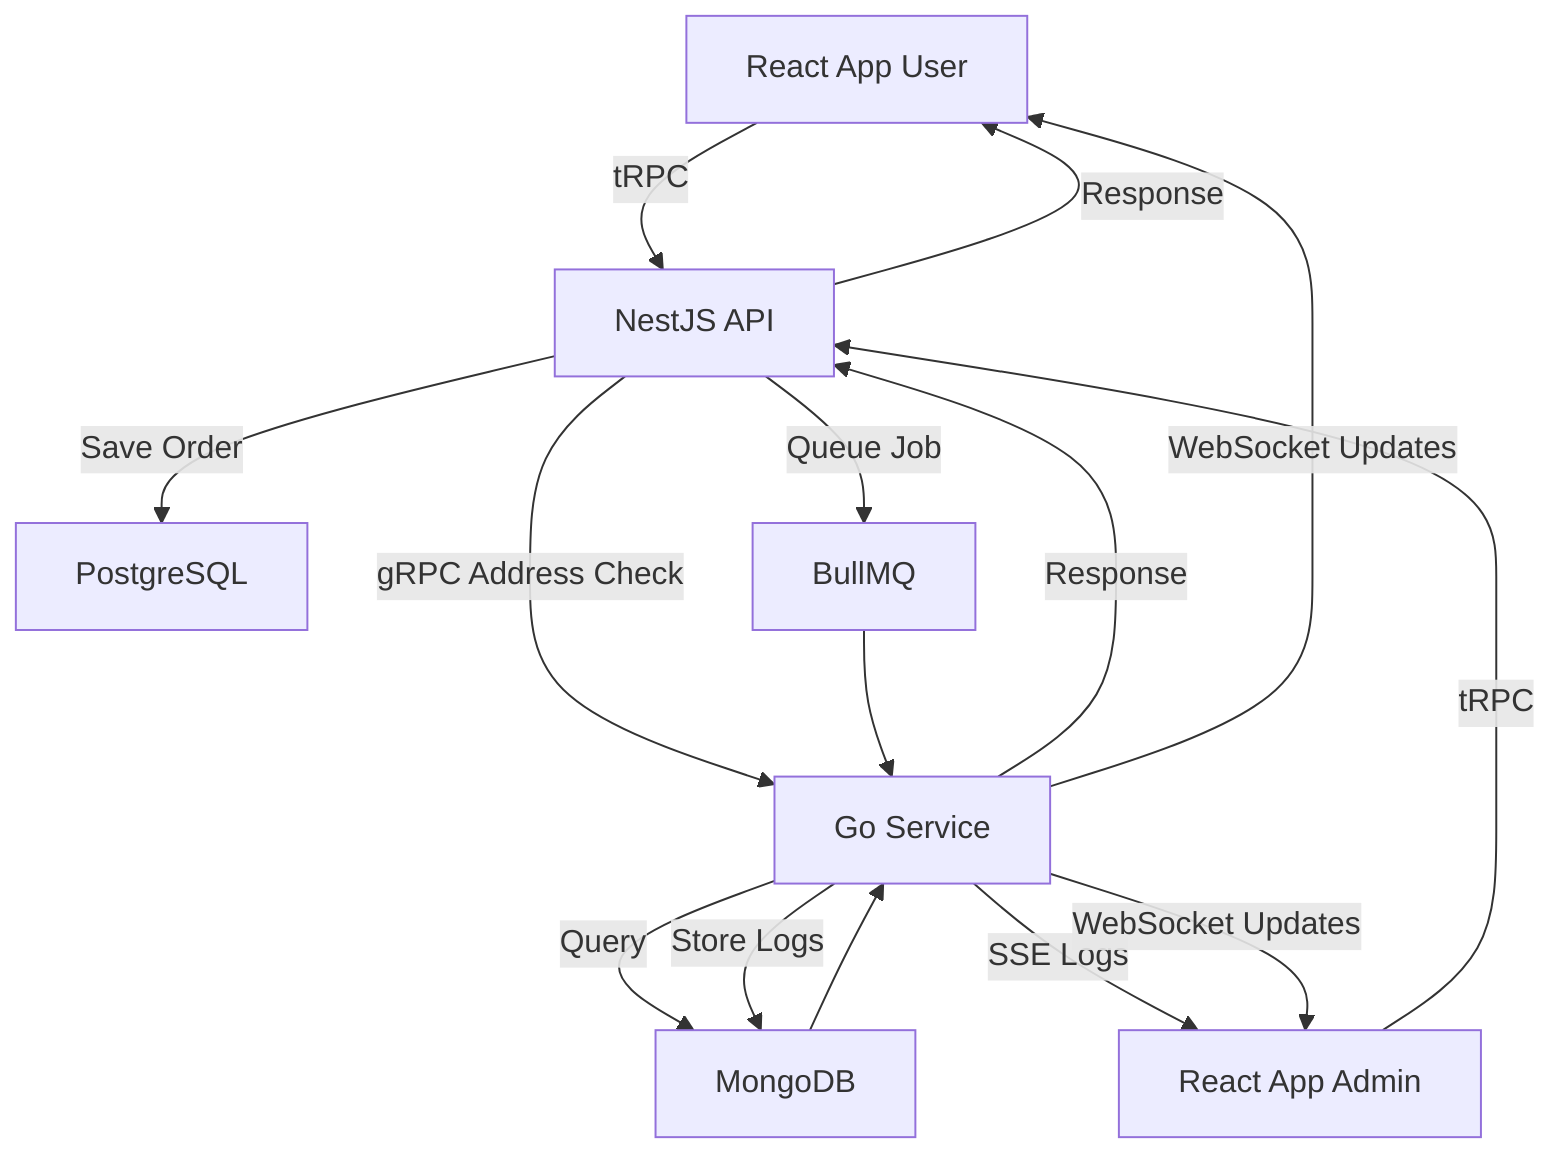
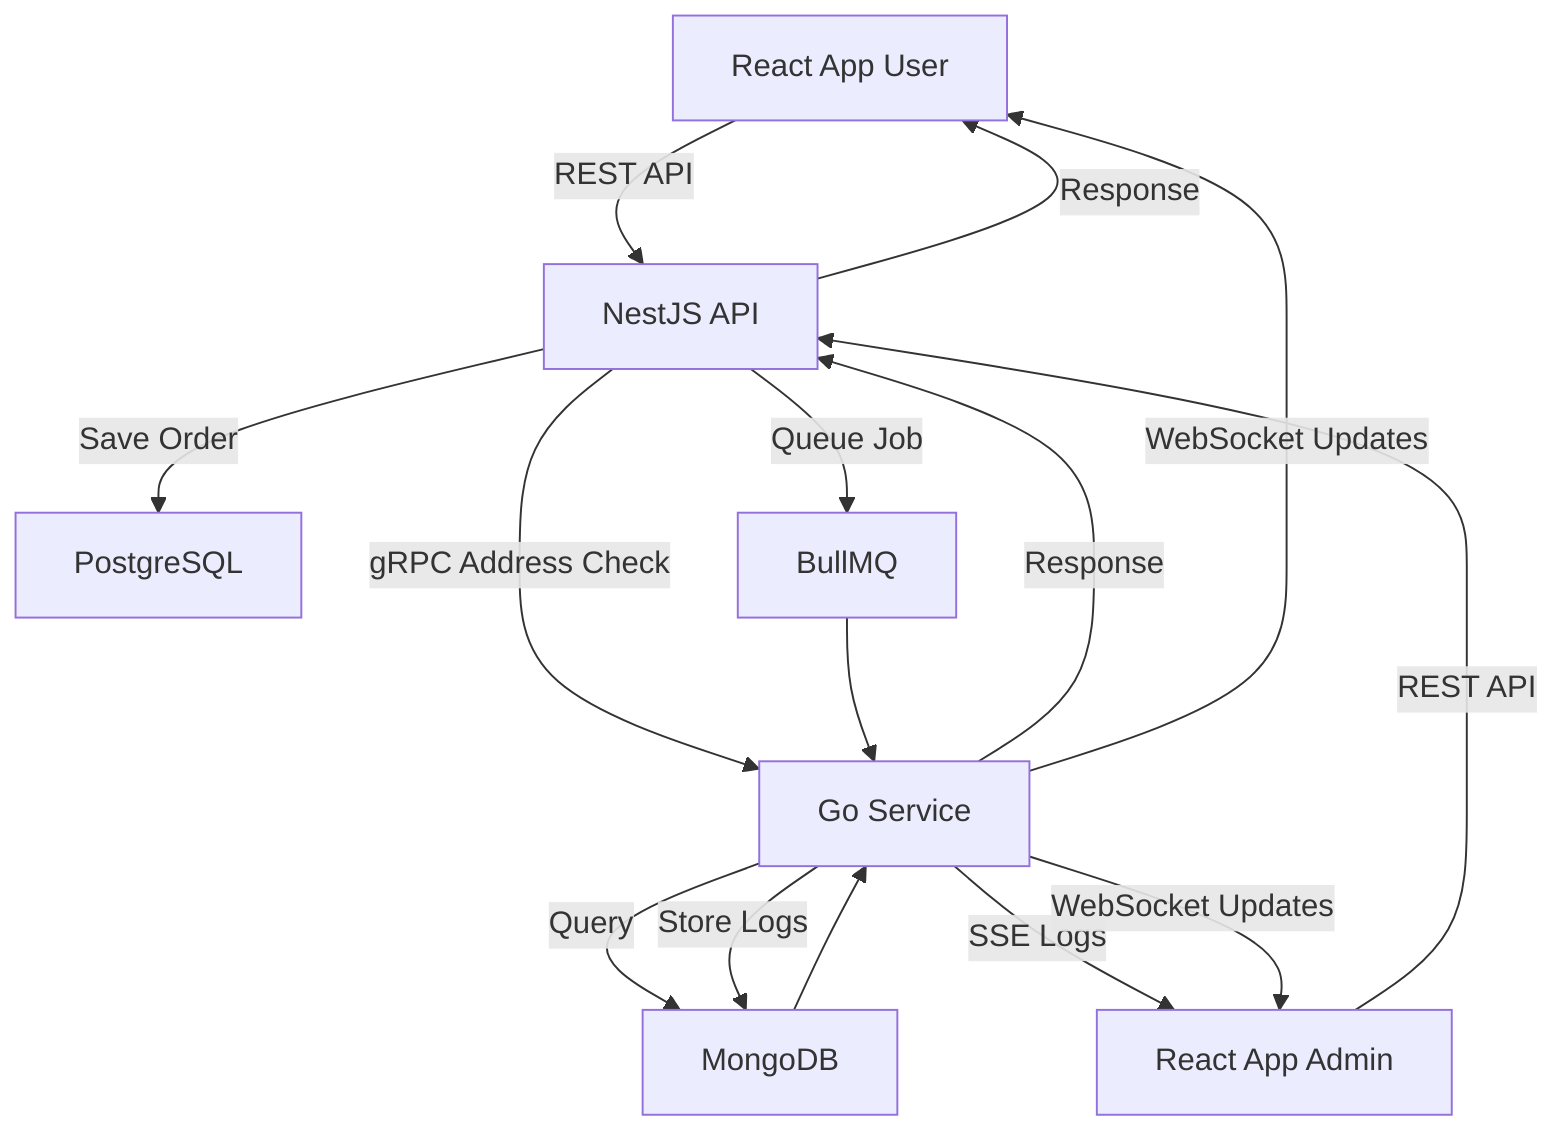
flowchart TD

- A[React App User] -->|tRPC| B[NestJS API]
- Z[React App Admin] -->|tRPC| B
+ A[React App User] -->|REST API| B[NestJS API]
+ Z[React App Admin] -->|REST API| B

B -->|Save Order| C[PostgreSQL]

B -->|gRPC Address Check| D[Go Service]
D -->|Query| E[MongoDB]
E --> D
D -->|Response| B

B -->|Queue Job| F[BullMQ]
F --> D

D -->|Store Logs| E

D -->|SSE Logs| Z

D -->|WebSocket Updates| A
D -->|WebSocket Updates| Z

B -->|Response| A